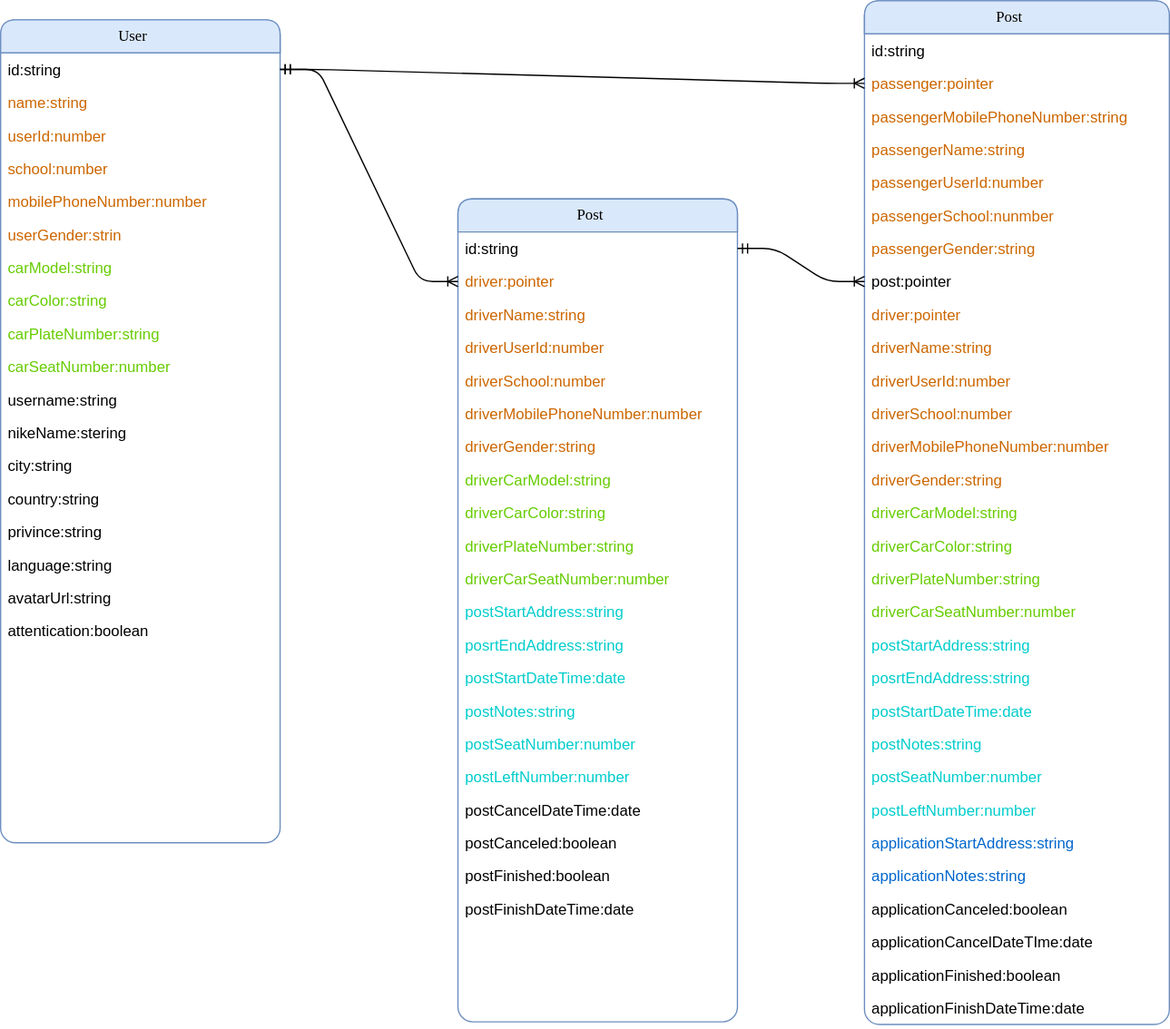
Above: database-design.svg in CoulTuring/school-ride (draw.io), before the change. Source tidied: cells renumbered, new cells last; positions are measured from the earlier drawing's top-left corner, leaving out a move shared by most shapes.
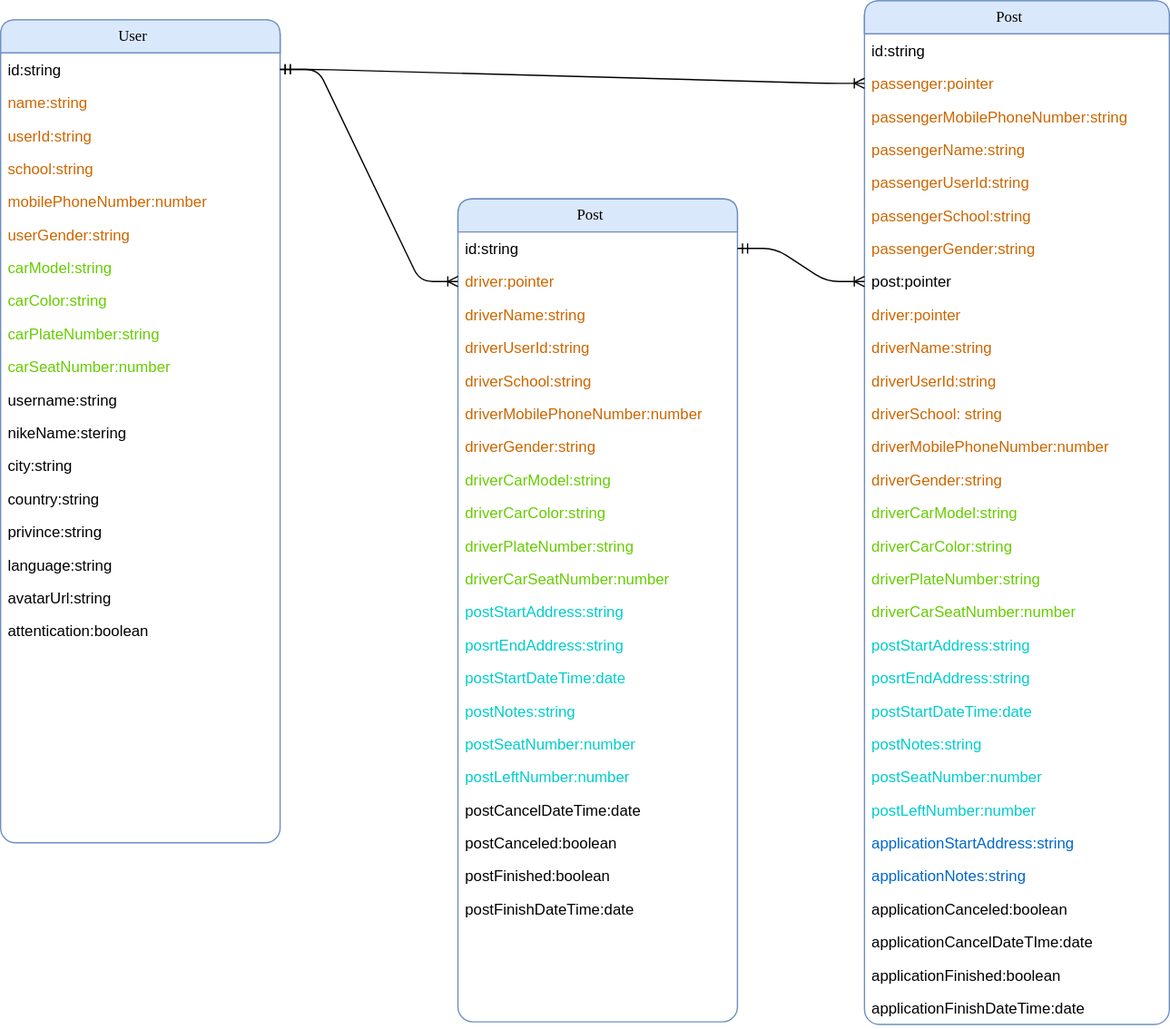
The same diagram one commit later.

The edit, as a diff of the source:
```diff
@@ -14,10 +14,10 @@
     <mxCell id="5" value="driverName:string" style="text;html=1;strokeColor=none;fillColor=none;spacingLeft=4;spacingRight=4;whiteSpace=wrap;overflow=hidden;fontColor=#CC6600;" parent="2" vertex="1">
       <mxGeometry y="78" width="220" height="26" as="geometry" />
     </mxCell>
-    <mxCell id="6" value="driverUserId:number" style="text;html=1;strokeColor=none;fillColor=none;spacingLeft=4;spacingRight=4;whiteSpace=wrap;overflow=hidden;fontColor=#CC6600;" parent="2" vertex="1">
+    <mxCell id="6" value="driverUserId:string" style="text;html=1;strokeColor=none;fillColor=none;spacingLeft=4;spacingRight=4;whiteSpace=wrap;overflow=hidden;fontColor=#CC6600;" parent="2" vertex="1">
       <mxGeometry y="104" width="220" height="26" as="geometry" />
     </mxCell>
-    <mxCell id="7" value="driverSchool:number" style="text;html=1;strokeColor=none;fillColor=none;spacingLeft=4;spacingRight=4;whiteSpace=wrap;overflow=hidden;fontColor=#CC6600;" parent="2" vertex="1">
+    <mxCell id="7" value="driverSchool:string" style="text;html=1;strokeColor=none;fillColor=none;spacingLeft=4;spacingRight=4;whiteSpace=wrap;overflow=hidden;fontColor=#CC6600;" parent="2" vertex="1">
       <mxGeometry y="130" width="220" height="26" as="geometry" />
     </mxCell>
     <mxCell id="8" value="driverMobilePhoneNumber:number" style="text;html=1;strokeColor=none;fillColor=none;spacingLeft=4;spacingRight=4;whiteSpace=wrap;overflow=hidden;fontColor=#CC6600;" parent="2" vertex="1">
@@ -83,10 +83,10 @@
     <mxCell id="28" value="passengerName:string" style="text;html=1;strokeColor=none;fillColor=none;spacingLeft=4;spacingRight=4;whiteSpace=wrap;overflow=hidden;labelBackgroundColor=#ffffff;fontColor=#CC6600;" parent="24" vertex="1">
       <mxGeometry y="104" width="240" height="26" as="geometry" />
     </mxCell>
-    <mxCell id="29" value="passengerUserId:number" style="text;html=1;strokeColor=none;fillColor=none;spacingLeft=4;spacingRight=4;whiteSpace=wrap;overflow=hidden;labelBackgroundColor=#ffffff;fontColor=#CC6600;" parent="24" vertex="1">
+    <mxCell id="29" value="passengerUserId:string" style="text;html=1;strokeColor=none;fillColor=none;spacingLeft=4;spacingRight=4;whiteSpace=wrap;overflow=hidden;labelBackgroundColor=#ffffff;fontColor=#CC6600;" parent="24" vertex="1">
       <mxGeometry y="130" width="240" height="26" as="geometry" />
     </mxCell>
-    <mxCell id="30" value="passengerSchool:nunmber" style="text;html=1;strokeColor=none;fillColor=none;spacingLeft=4;spacingRight=4;whiteSpace=wrap;overflow=hidden;labelBackgroundColor=#ffffff;fontColor=#CC6600;" parent="24" vertex="1">
+    <mxCell id="30" value="passengerSchool:string" style="text;html=1;strokeColor=none;fillColor=none;spacingLeft=4;spacingRight=4;whiteSpace=wrap;overflow=hidden;labelBackgroundColor=#ffffff;fontColor=#CC6600;" parent="24" vertex="1">
       <mxGeometry y="156" width="240" height="26" as="geometry" />
     </mxCell>
     <mxCell id="31" value="passengerGender:string" style="text;html=1;strokeColor=none;fillColor=none;spacingLeft=4;spacingRight=4;whiteSpace=wrap;overflow=hidden;labelBackgroundColor=#ffffff;fontColor=#CC6600;" parent="24" vertex="1">
@@ -101,10 +101,10 @@
     <mxCell id="34" value="driverName:string" style="text;html=1;strokeColor=none;fillColor=none;spacingLeft=4;spacingRight=4;whiteSpace=wrap;overflow=hidden;fontColor=#CC6600;" parent="24" vertex="1">
       <mxGeometry y="260" width="240" height="26" as="geometry" />
     </mxCell>
-    <mxCell id="35" value="driverUserId:number" style="text;html=1;strokeColor=none;fillColor=none;spacingLeft=4;spacingRight=4;whiteSpace=wrap;overflow=hidden;fontColor=#CC6600;" parent="24" vertex="1">
+    <mxCell id="35" value="driverUserId:string" style="text;html=1;strokeColor=none;fillColor=none;spacingLeft=4;spacingRight=4;whiteSpace=wrap;overflow=hidden;fontColor=#CC6600;" parent="24" vertex="1">
       <mxGeometry y="286" width="240" height="26" as="geometry" />
     </mxCell>
-    <mxCell id="36" value="driverSchool:number" style="text;html=1;strokeColor=none;fillColor=none;spacingLeft=4;spacingRight=4;whiteSpace=wrap;overflow=hidden;fontColor=#CC6600;" parent="24" vertex="1">
+    <mxCell id="36" value="driverSchool: string" style="text;html=1;strokeColor=none;fillColor=none;spacingLeft=4;spacingRight=4;whiteSpace=wrap;overflow=hidden;fontColor=#CC6600;" parent="24" vertex="1">
       <mxGeometry y="312" width="240" height="26" as="geometry" />
     </mxCell>
     <mxCell id="37" value="driverMobilePhoneNumber:number" style="text;html=1;strokeColor=none;fillColor=none;spacingLeft=4;spacingRight=4;whiteSpace=wrap;overflow=hidden;fontColor=#CC6600;" parent="24" vertex="1">
@@ -170,16 +170,16 @@
     <mxCell id="57" value="name:string" style="text;html=1;strokeColor=none;fillColor=none;spacingLeft=4;spacingRight=4;whiteSpace=wrap;overflow=hidden;fontColor=#CC6600;" parent="55" vertex="1">
       <mxGeometry y="52" width="220" height="26" as="geometry" />
     </mxCell>
-    <mxCell id="58" value="userId:number" style="text;html=1;strokeColor=none;fillColor=none;spacingLeft=4;spacingRight=4;whiteSpace=wrap;overflow=hidden;fontColor=#CC6600;" parent="55" vertex="1">
+    <mxCell id="58" value="userId:string" style="text;html=1;strokeColor=none;fillColor=none;spacingLeft=4;spacingRight=4;whiteSpace=wrap;overflow=hidden;fontColor=#CC6600;" parent="55" vertex="1">
       <mxGeometry y="78" width="220" height="26" as="geometry" />
     </mxCell>
-    <mxCell id="59" value="school:number" style="text;html=1;strokeColor=none;fillColor=none;spacingLeft=4;spacingRight=4;whiteSpace=wrap;overflow=hidden;fontColor=#CC6600;" parent="55" vertex="1">
+    <mxCell id="59" value="school:string" style="text;html=1;strokeColor=none;fillColor=none;spacingLeft=4;spacingRight=4;whiteSpace=wrap;overflow=hidden;fontColor=#CC6600;" parent="55" vertex="1">
       <mxGeometry y="104" width="220" height="26" as="geometry" />
     </mxCell>
     <mxCell id="60" value="mobilePhoneNumber:number" style="text;html=1;strokeColor=none;fillColor=none;spacingLeft=4;spacingRight=4;whiteSpace=wrap;overflow=hidden;fontColor=#CC6600;" parent="55" vertex="1">
       <mxGeometry y="130" width="220" height="26" as="geometry" />
     </mxCell>
-    <mxCell id="61" value="gender:string" style="text;html=1;strokeColor=none;fillColor=none;spacingLeft=4;spacingRight=4;whiteSpace=wrap;overflow=hidden;fontColor=#CC6600;" parent="55" vertex="1">
+    <mxCell id="61" value="userGender:string" style="text;html=1;strokeColor=none;fillColor=none;spacingLeft=4;spacingRight=4;whiteSpace=wrap;overflow=hidden;fontColor=#CC6600;" parent="55" vertex="1">
       <mxGeometry y="156" width="220" height="26" as="geometry" />
     </mxCell>
     <mxCell id="62" value="carModel:string" style="text;html=1;strokeColor=none;fillColor=none;spacingLeft=4;spacingRight=4;whiteSpace=wrap;overflow=hidden;fontColor=#66CC00;" parent="55" vertex="1">
```
